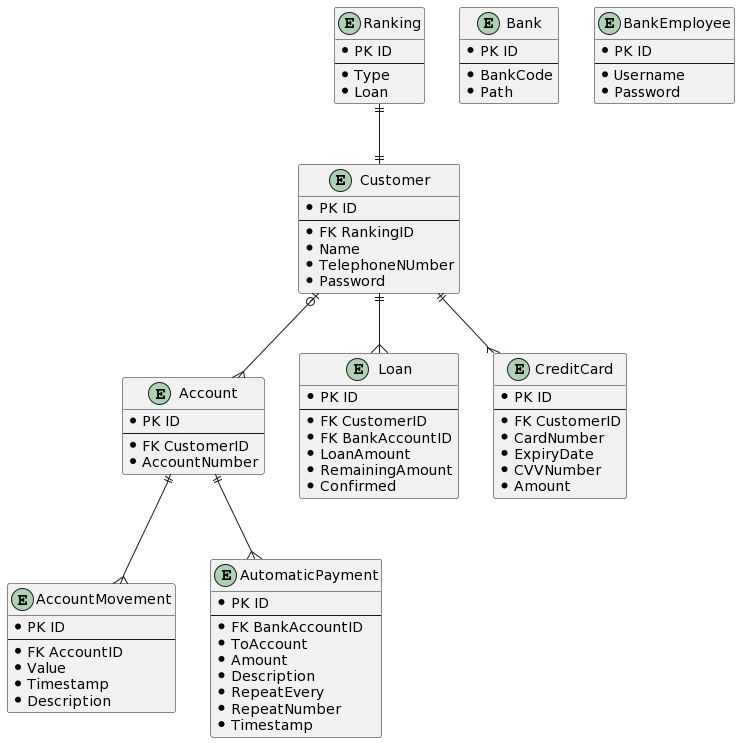
Above: erd.png in zuzanatrembulakova/bank_project (PlantUML), before the change. Its diagram source:
```plantuml
@startuml
entity Ranking{
    * PK ID
    --
    * Type
    * Loan
}

entity Customer {
  * PK ID
  --
  * FK RankingID
  * Name
  * TelephoneNUmber
  * Password
}

entity Account {
    * PK ID
    --
    * FK CustomerID
    * AccountNumber
}

entity AccountMovement {
    * PK ID
    --
    * FK AccountID
    * Value
    * Timestamp
    * Description
}

entity Bank {
		* PK ID
		--
		* BankCode
		* Path
}

entity Loan{
    * PK ID
    --
    * FK CustomerID
    * FK BankAccountID
    * LoanAmount
    * RemainingAmount
    * Confirmed
}

entity AutomaticPayment{
    * PK ID
    --
    * FK BankAccountID
    * ToAccount
    * Amount
    * Description
    * RepeatEvery
    * RepeatNumber
    * Timestamp
}

entity CreditCard {
		* PK ID
		--
		* FK CustomerID
		* CardNumber
		* ExpiryDate
		* CVVNumber
		* Amount
}

entity BankEmployee{
    * PK ID
    --
    * Username
    * Password
}

Customer |o--{ Account
Ranking ||--|| Customer
Account ||--{ AccountMovement
Customer ||--{ Loan
Account ||--{ AutomaticPayment
Customer ||--{ CreditCard
@enduml
```
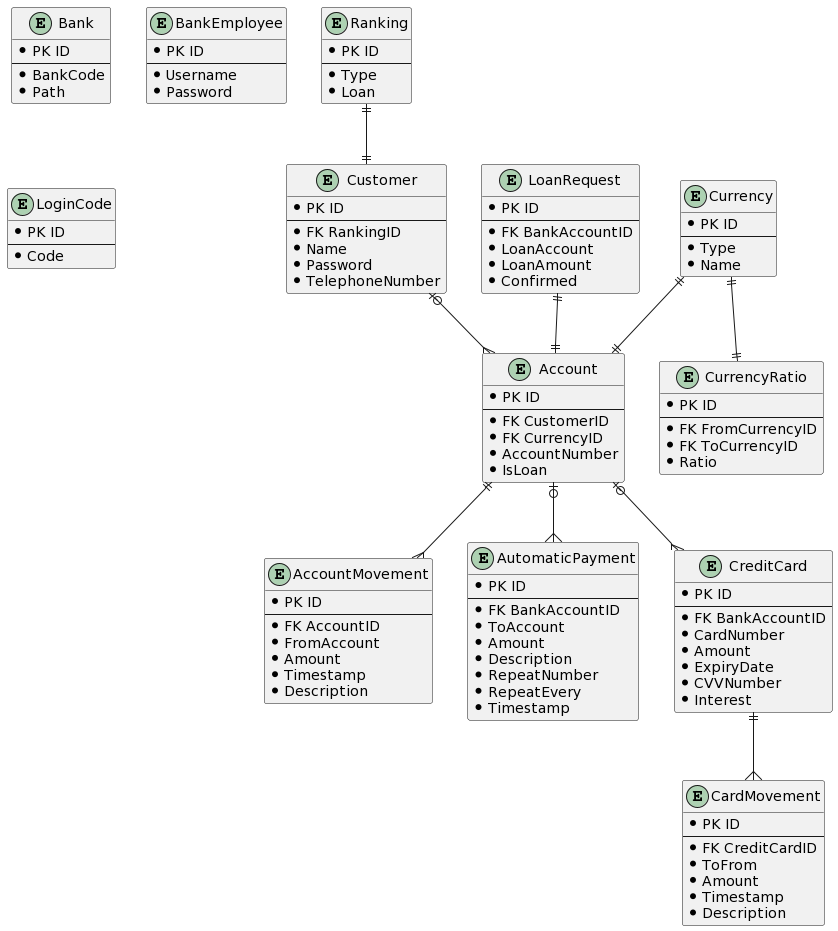
Later version of the same file.

Commit message:
customer edits, erd

Change to the diagram source:
```diff
@@ -11,22 +11,25 @@
   --
   * FK RankingID
   * Name
-  * TelephoneNUmber
   * Password
+  * TelephoneNumber
 }
 
 entity Account {
     * PK ID
     --
     * FK CustomerID
+    * FK CurrencyID
     * AccountNumber
+    * IsLoan
 }
 
 entity AccountMovement {
     * PK ID
     --
     * FK AccountID
-    * Value
+    * FromAccount
+    * Amount
     * Timestamp
     * Description
 }
@@ -38,13 +41,12 @@
 		* Path
 }
 
-entity Loan{
+entity LoanRequest{
     * PK ID
     --
-    * FK CustomerID
     * FK BankAccountID
+    * LoanAccount
     * LoanAmount
-    * RemainingAmount
     * Confirmed
 }
 
@@ -55,19 +57,30 @@
     * ToAccount
     * Amount
     * Description
+    * RepeatNumber
     * RepeatEvery
-    * RepeatNumber
     * Timestamp
 }
 
 entity CreditCard {
 		* PK ID
 		--
-		* FK CustomerID
+		* FK BankAccountID
 		* CardNumber
+		* Amount
 		* ExpiryDate
 		* CVVNumber
+		* Interest
+}
+
+entity CardMovement {
+		* PK ID
+		--
+		* FK CreditCardID
+		* ToFrom
 		* Amount
+		* Timestamp
+		* Description
 }
 
 entity BankEmployee{
@@ -77,10 +90,34 @@
     * Password
 }
 
+entity LoginCode{
+    * PK ID
+    --
+    * Code
+}
+
+entity Currency{
+    * PK ID
+    --
+    * Type
+    * Name
+}
+
+entity CurrencyRatio{
+    * PK ID
+    --
+    * FK FromCurrencyID
+    * FK ToCurrencyID
+    * Ratio
+}
+
 Customer |o--{ Account
 Ranking ||--|| Customer
+Currency ||--|| CurrencyRatio
+LoanRequest ||--|| Account
 Account ||--{ AccountMovement
-Customer ||--{ Loan
-Account ||--{ AutomaticPayment
-Customer ||--{ CreditCard
+Account |o--{ AutomaticPayment
+Account |o--{ CreditCard
+CreditCard ||--{ CardMovement
+Currency ||--|| Account
 @enduml
```
